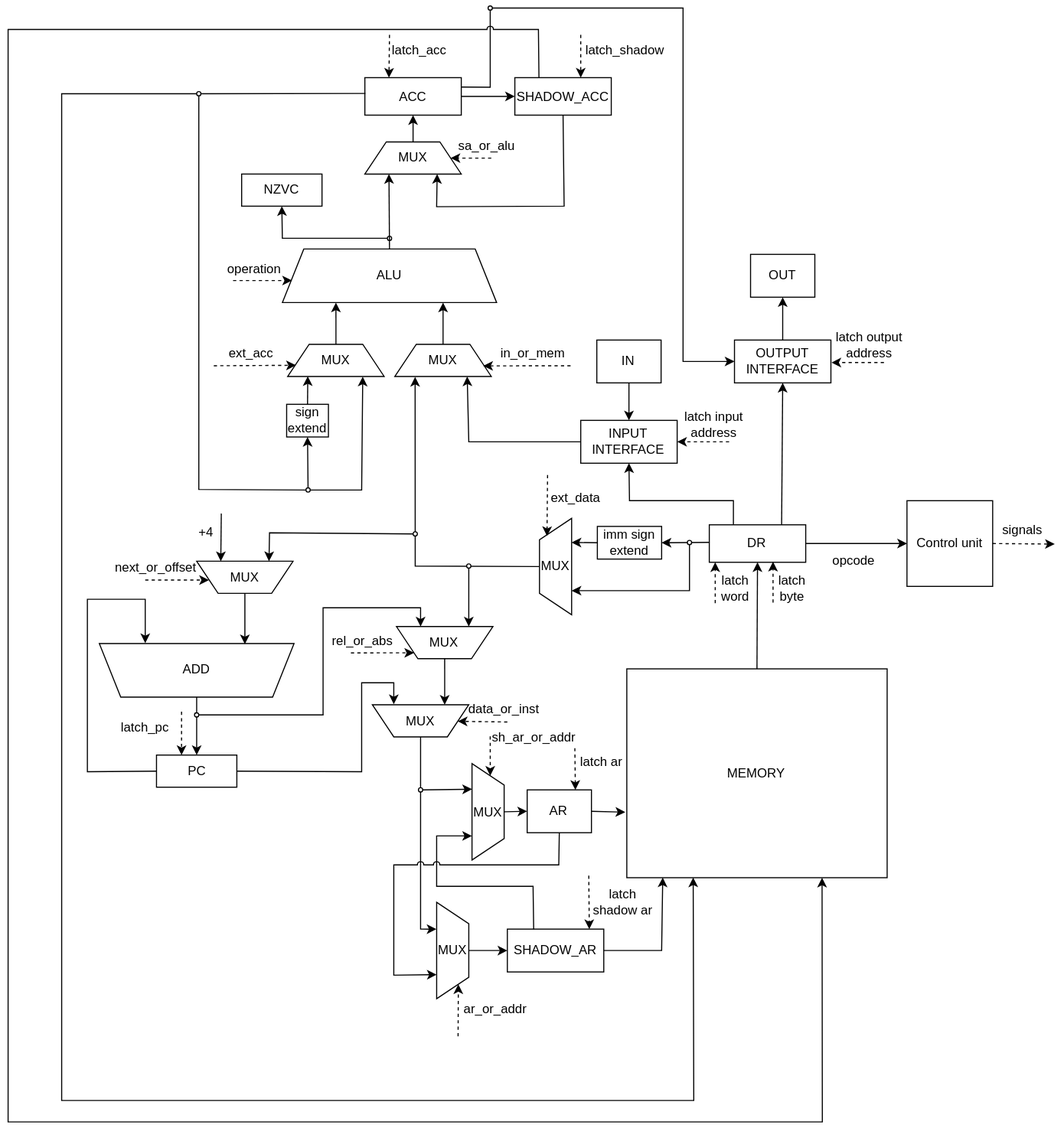
The draw.io diagram assets/datapath/scheme.svg in AstroSoup/computer-system-architecture-lab-4, before a commit. Source tidied: cells renumbered, new cells last; positions are measured from the earlier drawing's top-left corner, leaving out a move shared by most shapes.
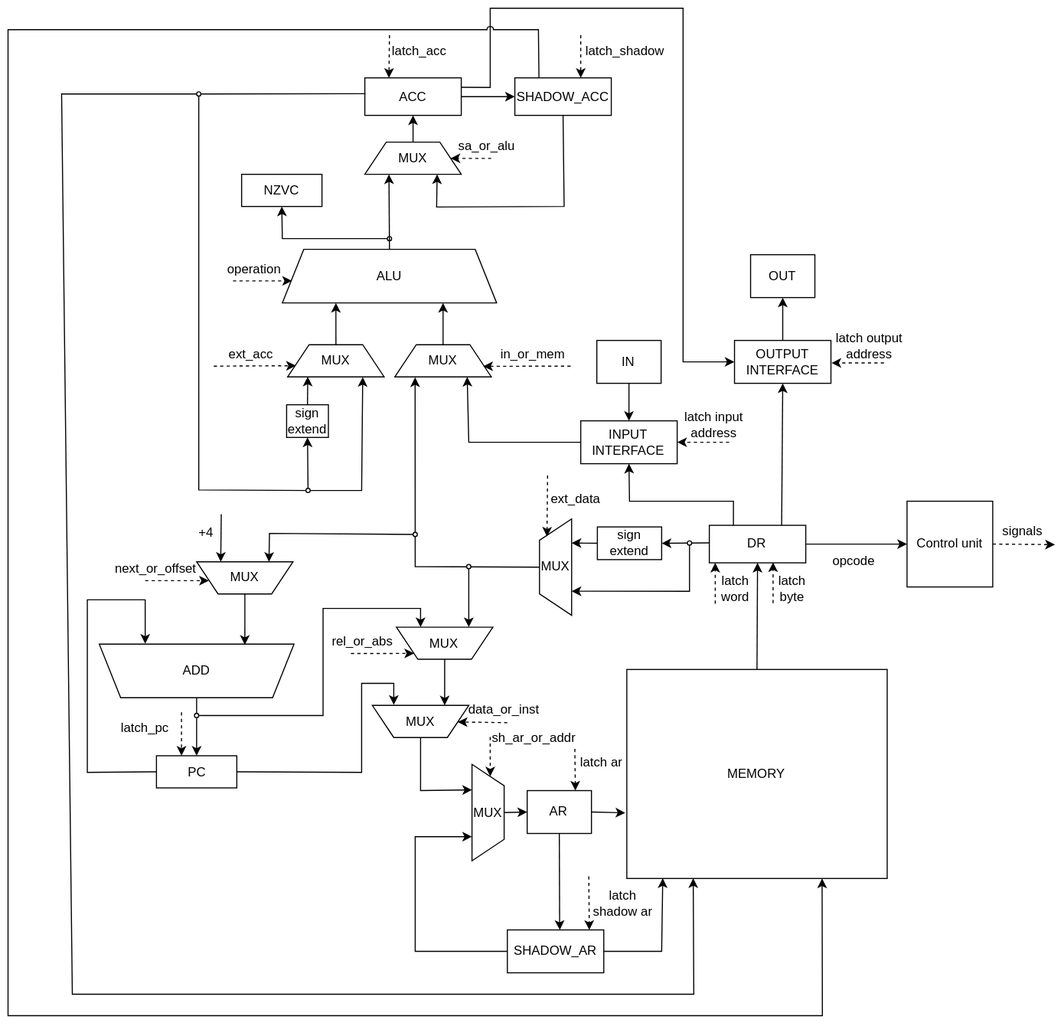
The same diagram one commit later.

The edit, as a diff of the source:
```diff
@@ -284,7 +284,7 @@
         <mxPoint x="268.6" y="335.6" as="targetPoint" />
       </mxGeometry>
     </mxCell>
-    <mxCell id="71" value="imm&amp;nbsp;sign extend" style="rounded=0;whiteSpace=wrap;html=1;" parent="1" vertex="1">
+    <mxCell id="71" value="sign extend" style="rounded=0;whiteSpace=wrap;html=1;" parent="1" vertex="1">
       <mxGeometry x="550" y="486" width="60" height="30.5" as="geometry" />
     </mxCell>
     <mxCell id="72" style="ellipse;whiteSpace=wrap;html=1;fillColor=light-dark(#FFFFFF,#FFFFFF);" parent="1" vertex="1">
@@ -411,24 +411,21 @@
       <mxGeometry relative="1" as="geometry">
         <Array as="points">
           <mxPoint x="50" y="82" />
-          <mxPoint x="50" y="1022" />
-          <mxPoint x="640" y="1022" />
+          <mxPoint x="60" y="922" />
+          <mxPoint x="640" y="922" />
         </Array>
       </mxGeometry>
     </mxCell>
     <mxCell id="98" style="ellipse;whiteSpace=wrap;html=1;fillColor=light-dark(#FFFFFF,#FFFFFF);" parent="1" vertex="1">
       <mxGeometry x="176" y="80" width="4" height="4" as="geometry" />
     </mxCell>
-    <mxCell id="99" style="ellipse;whiteSpace=wrap;html=1;fillColor=light-dark(#FFFFFF,#FFFFFF);" parent="1" vertex="1">
-      <mxGeometry x="448" width="4" height="4" as="geometry" />
-    </mxCell>
     <mxCell id="100" style="endArrow=classic;html=1;rounded=0;entryX=0.75;entryY=1;entryDx=0;entryDy=0;exitX=0.25;exitY=0;exitDx=0;exitDy=0;jumpStyle=arc;" parent="1" edge="1" source="27" target="7">
       <mxGeometry relative="1" as="geometry">
         <Array as="points">
           <mxPoint x="495" y="22" />
           <mxPoint y="22" />
-          <mxPoint y="1042" />
-          <mxPoint x="760" y="1042" />
+          <mxPoint y="942" />
+          <mxPoint x="760" y="942" />
         </Array>
       </mxGeometry>
     </mxCell>
@@ -442,9 +439,6 @@
         </Array>
       </mxGeometry>
     </mxCell>
-    <mxCell id="103" style="endArrow=classic;html=1;rounded=0;entryX=0;entryY=0.5;entryDx=0;entryDy=0;exitX=0.5;exitY=0;exitDx=0;exitDy=0;" parent="1" edge="1" source="108" target="101">
-      <mxGeometry relative="1" as="geometry" />
-    </mxCell>
     <mxCell id="104" style="ellipse;whiteSpace=wrap;html=1;fillColor=light-dark(#FFFFFF,#FFFFFF);" parent="1" vertex="1">
       <mxGeometry x="428" y="521" width="4" height="4" as="geometry" />
     </mxCell>
@@ -460,18 +454,14 @@
     <mxCell id="107" style="endArrow=classic;html=1;rounded=0;exitX=0;exitY=0.5;exitDx=0;exitDy=0;entryX=0.75;entryY=1;entryDx=0;entryDy=0;" parent="1" edge="1" source="71" target="74">
       <mxGeometry relative="1" as="geometry" />
     </mxCell>
-    <mxCell id="108" value="MUX" style="shape=trapezoid;perimeter=trapezoidPerimeter;whiteSpace=wrap;html=1;fixedSize=1;direction=east;rotation=90;horizontal=0;" parent="1" vertex="1">
-      <mxGeometry x="370" y="867" width="90" height="30" as="geometry" />
-    </mxCell>
     <mxCell id="109" value="MUX" style="shape=trapezoid;perimeter=trapezoidPerimeter;whiteSpace=wrap;html=1;fixedSize=1;direction=east;rotation=90;horizontal=0;" parent="1" vertex="1">
       <mxGeometry x="403" y="737.5" width="90" height="30" as="geometry" />
     </mxCell>
-    <mxCell id="110" style="endArrow=classic;html=1;rounded=0;exitX=0.273;exitY=0.004;exitDx=0;exitDy=0;entryX=0.75;entryY=1;entryDx=0;entryDy=0;exitPerimeter=0;" parent="1" edge="1" source="101" target="109">
+    <mxCell id="110" style="endArrow=classic;html=1;rounded=0;exitX=0;exitY=0.5;exitDx=0;exitDy=0;entryX=0.75;entryY=1;entryDx=0;entryDy=0;" parent="1" edge="1" source="101" target="109">
       <mxGeometry relative="1" as="geometry">
         <Array as="points">
-          <mxPoint x="490" y="822" />
-          <mxPoint x="400" y="822" />
-          <mxPoint x="400" y="775" />
+          <mxPoint x="380" y="882" />
+          <mxPoint x="380" y="775" />
         </Array>
       </mxGeometry>
     </mxCell>
@@ -485,22 +475,12 @@
     <mxCell id="112" style="endArrow=classic;html=1;rounded=0;exitX=0.5;exitY=0;exitDx=0;exitDy=0;entryX=0;entryY=0.5;entryDx=0;entryDy=0;" parent="1" edge="1" source="109" target="5">
       <mxGeometry relative="1" as="geometry" />
     </mxCell>
-    <mxCell id="113" style="ellipse;whiteSpace=wrap;html=1;fillColor=light-dark(#FFFFFF,#FFFFFF);" parent="1" vertex="1">
-      <mxGeometry x="383" y="730" width="4" height="4" as="geometry" />
-    </mxCell>
-    <mxCell id="114" style="endArrow=classic;html=1;rounded=0;exitX=0.5;exitY=1;exitDx=0;exitDy=0;entryX=0.278;entryY=1.006;entryDx=0;entryDy=0;entryPerimeter=0;" parent="1" edge="1" source="113" target="108">
-      <mxGeometry relative="1" as="geometry">
-        <Array as="points">
-          <mxPoint x="385" y="862" />
-        </Array>
-      </mxGeometry>
-    </mxCell>
-    <mxCell id="115" style="endArrow=classic;html=1;rounded=0;exitX=0.5;exitY=1;exitDx=0;exitDy=0;entryX=0.75;entryY=1;entryDx=0;entryDy=0;jumpStyle=arc;" parent="1" edge="1" source="5" target="108">
+    <mxCell id="115" style="endArrow=classic;html=1;rounded=0;exitX=0.5;exitY=1;exitDx=0;exitDy=0;jumpStyle=arc;" parent="1" edge="1" source="5">
       <mxGeometry relative="1" as="geometry">
+        <mxPoint x="515" y="862" as="targetPoint" />
         <Array as="points">
           <mxPoint x="514" y="802" />
-          <mxPoint x="360" y="802" />
-          <mxPoint x="360" y="905" />
+          <mxPoint x="514" y="832" />
         </Array>
       </mxGeometry>
     </mxCell>
@@ -512,13 +492,5 @@
     <mxCell id="117" value="sh_ar_or_addr" style="text;html=1;whiteSpace=wrap;strokeColor=none;fillColor=none;align=center;verticalAlign=middle;rounded=0;" parent="1" vertex="1">
       <mxGeometry x="450" y="667.5" width="82" height="30" as="geometry" />
     </mxCell>
-    <mxCell id="118" style="endArrow=classic;html=1;rounded=0;dashed=1;entryX=1;entryY=0.25;entryDx=0;entryDy=0;" parent="1" edge="1" target="108">
-      <mxGeometry relative="1" as="geometry">
-        <mxPoint x="420" y="962" as="sourcePoint" />
-      </mxGeometry>
-    </mxCell>
-    <mxCell id="119" value="ar_or_addr" style="text;html=1;whiteSpace=wrap;strokeColor=none;fillColor=none;align=center;verticalAlign=middle;rounded=0;" parent="1" vertex="1">
-      <mxGeometry x="414" y="922" width="82" height="30" as="geometry" />
-    </mxCell>
   </root>
 </mxGraphModel>
```
